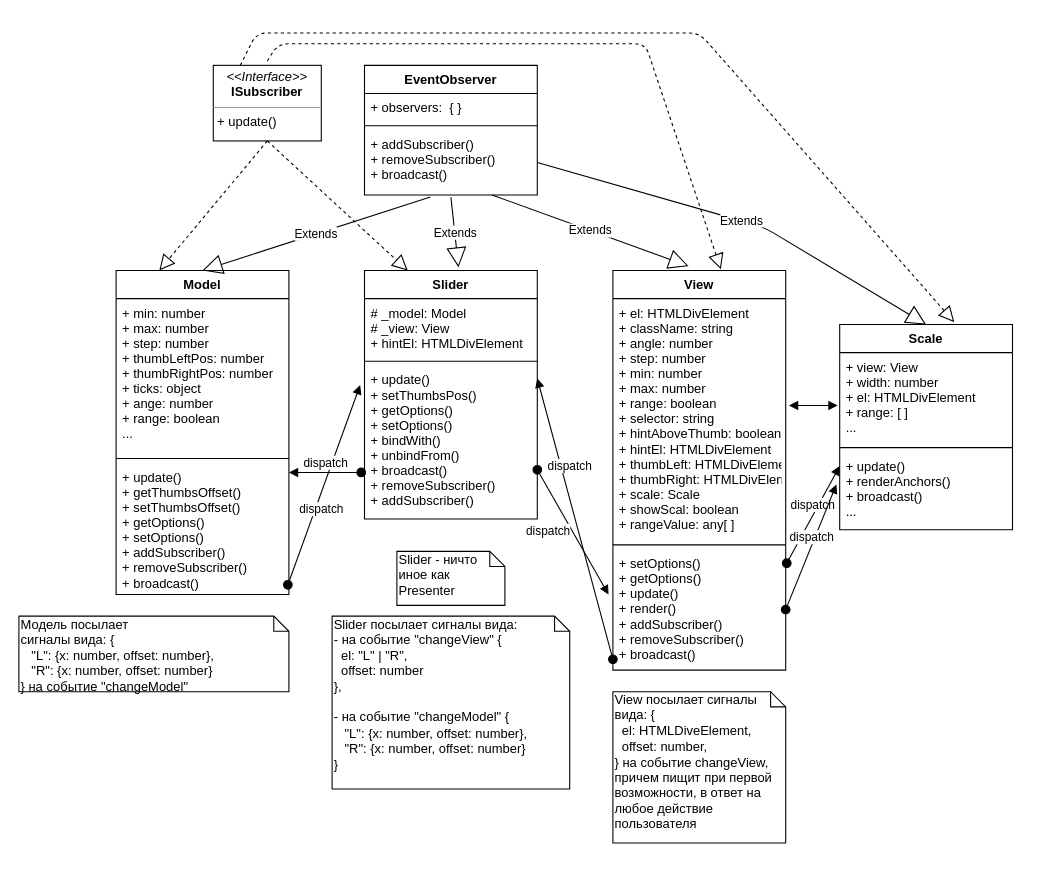
GrigorenkoSergey/Slider keeps this draw.io diagram as src/assets/blocks/mySlider/UML.drawio. Above is the earlier version. Source tidied: cells renumbered, new cells numbered last; positions are measured from the earlier drawing's top-left corner, leaving out a move shared by most shapes. Both pictures are drawn from the tidied source at 108%, with x=0, y=0 at pixel (18, 32).
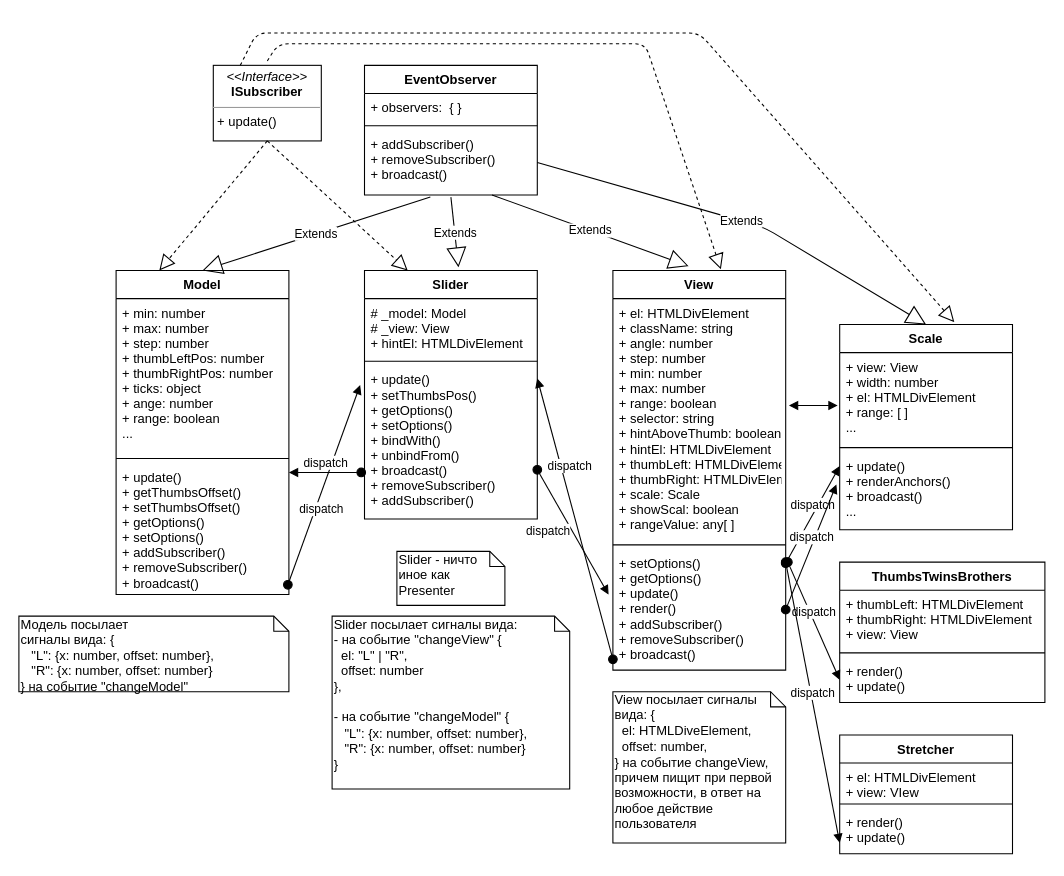
Above is the later version.

Commit message (it also covers changes not shown here):
Немного переписал View

Unchanged cells that the change refers to:
```xml
<mxCell id="19" value="+ setOptions()&#10;+ getOptions()&#10;+ update()&#10;+ render()&#10;+ addSubscriber()&#10;+ removeSubscriber()&#10;+ broadcast()&#10;" style="text;strokeColor=none;fillColor=none;align=left;verticalAlign=top;spacingLeft=4;spacingRight=4;overflow=hidden;points=[[0,0.5],[1,0.5]];portConstraint=eastwest;" parent="16" vertex="1">
  <mxGeometry y="258" width="160" height="112" as="geometry" />
</mxCell>
<mxCell id="33" value="+ update()&#10;+ renderAnchors()&#10;+ broadcast()&#10;..." style="text;strokeColor=none;fillColor=none;align=left;verticalAlign=top;spacingLeft=4;spacingRight=4;overflow=hidden;points=[[0,0.5],[1,0.5]];portConstraint=eastwest;" parent="30" vertex="1">
  <mxGeometry y="118" width="160" height="72" as="geometry" />
</mxCell>
```

What changed in the source:
```diff
@@
-    <mxCell id="36" value="dispatch" style="html=1;verticalAlign=bottom;startArrow=oval;startFill=1;endArrow=block;startSize=8;entryX=0;entryY=0.181;entryDx=0;entryDy=0;entryPerimeter=0;exitX=1.006;exitY=0.116;exitDx=0;exitDy=0;exitPerimeter=0;" parent="1" edge="1" source="19" target="33">
-      <mxGeometry relative="1" as="geometry" />
+    <mxCell id="36" value="dispatch" style="html=1;verticalAlign=bottom;startArrow=oval;startFill=1;endArrow=block;startSize=8;entryX=0;entryY=0.181;entryDx=0;entryDy=0;entryPerimeter=0;" parent="1" edge="1" target="33">
+      <mxGeometry relative="1" as="geometry">
+        <mxPoint x="710" y="491" as="sourcePoint" />
+      </mxGeometry>
     </mxCell>
@@
+    <mxCell id="42" value="Stretcher" style="swimlane;fontStyle=1;align=center;verticalAlign=top;horizontal=1;startSize=26;" parent="1" vertex="1">
+      <mxGeometry x="760" y="650" width="160" height="110" as="geometry" />
+    </mxCell>
+    <mxCell id="43" value="+ el: HTMLDivElement&#10;+ view: VIew" style="text;strokeColor=none;fillColor=none;align=left;verticalAlign=top;spacingLeft=4;spacingRight=4;overflow=hidden;" parent="42" vertex="1">
+      <mxGeometry y="26" width="160" height="34" as="geometry" />
+    </mxCell>
+    <mxCell id="44" style="line;strokeWidth=1;fillColor=none;align=left;verticalAlign=middle;spacingTop=-1;spacingLeft=3;spacingRight=3;labelPosition=right;" parent="42" vertex="1">
+      <mxGeometry y="60" width="160" height="8" as="geometry" />
+    </mxCell>
+    <mxCell id="45" value="+ render()&#10;+ update()" style="text;strokeColor=none;fillColor=none;align=left;verticalAlign=top;spacingLeft=4;spacingRight=4;overflow=hidden;points=[[0,0.5],[1,0.5]];portConstraint=eastwest;" parent="42" vertex="1">
+      <mxGeometry y="68" width="160" height="42" as="geometry" />
+    </mxCell>
+    <mxCell id="46" value="ThumbsTwinsBrothers" style="swimlane;fontStyle=1;align=center;verticalAlign=top;horizontal=1;startSize=26;" parent="1" vertex="1">
+      <mxGeometry x="760" y="490" width="190" height="130" as="geometry" />
+    </mxCell>
+    <mxCell id="47" value="+ thumbLeft: HTMLDivElement&#10;+ thumbRight: HTMLDivElement&#10;+ view: View" style="text;strokeColor=none;fillColor=none;align=left;verticalAlign=top;spacingLeft=4;spacingRight=4;overflow=hidden;" parent="46" vertex="1">
+      <mxGeometry y="26" width="190" height="54" as="geometry" />
+    </mxCell>
+    <mxCell id="48" style="line;strokeWidth=1;fillColor=none;align=left;verticalAlign=middle;spacingTop=-1;spacingLeft=3;spacingRight=3;labelPosition=right;" parent="46" vertex="1">
+      <mxGeometry y="80" width="190" height="8" as="geometry" />
+    </mxCell>
+    <mxCell id="49" value="+ render()&#10;+ update()" style="text;strokeColor=none;fillColor=none;align=left;verticalAlign=top;spacingLeft=4;spacingRight=4;overflow=hidden;points=[[0,0.5],[1,0.5]];portConstraint=eastwest;" parent="46" vertex="1">
+      <mxGeometry y="88" width="190" height="42" as="geometry" />
+    </mxCell>
+    <mxCell id="50" value="dispatch" style="html=1;verticalAlign=bottom;startArrow=oval;startFill=1;endArrow=block;startSize=8;entryX=0;entryY=0.5;entryDx=0;entryDy=0;" parent="1" edge="1" target="49">
+      <mxGeometry relative="1" as="geometry">
+        <mxPoint x="712" y="490" as="sourcePoint" />
+      </mxGeometry>
+    </mxCell>
+    <mxCell id="51" value="dispatch" style="html=1;verticalAlign=bottom;startArrow=oval;startFill=1;endArrow=block;startSize=8;entryX=0;entryY=0.762;entryDx=0;entryDy=0;entryPerimeter=0;" parent="1" edge="1" target="45">
+      <mxGeometry relative="1" as="geometry">
+        <mxPoint x="710" y="490" as="sourcePoint" />
+      </mxGeometry>
+    </mxCell>
```
